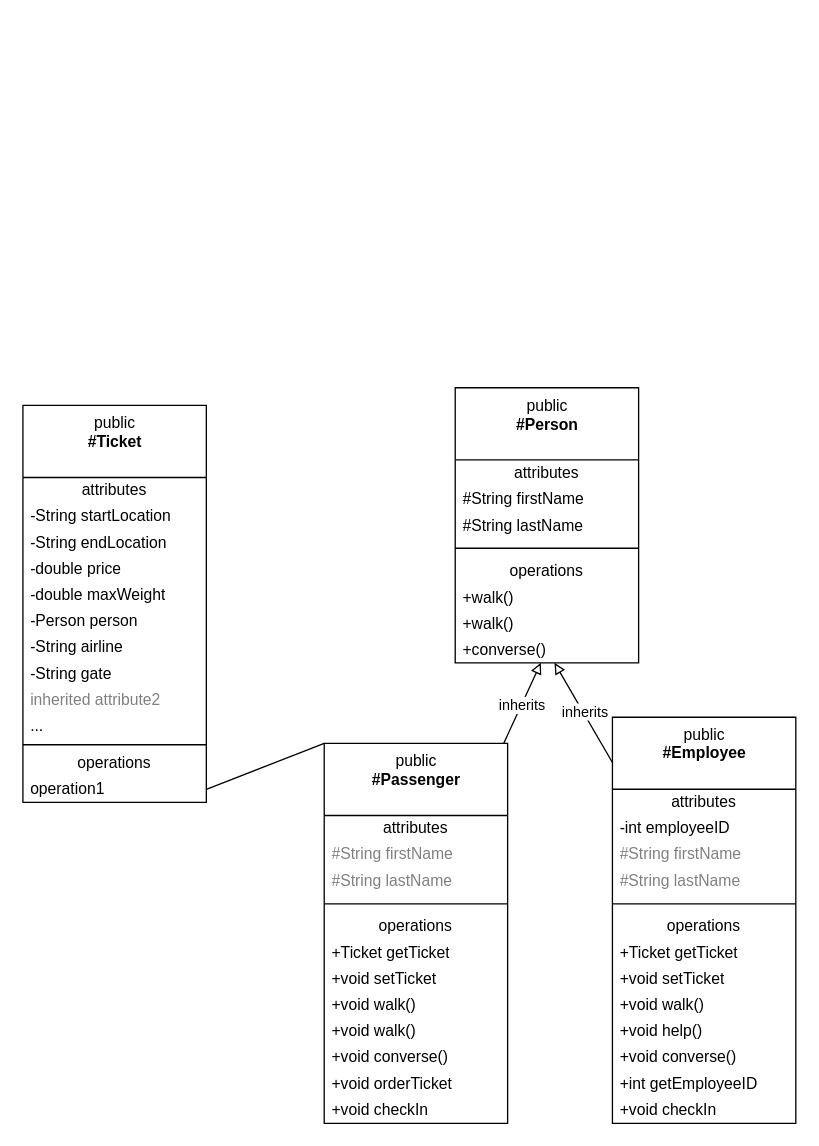
Earlier version of the draw.io diagram main/airport.drawio (vinhngo380/COMPSCI221_AirportModel). Source tidied: cells renumbered, new cells numbered last; positions are measured from the earlier drawing's top-left corner, leaving out a move shared by most shapes. Both pictures are drawn from the tidied source at 131%, with x=0, y=0 at pixel (22, 386).
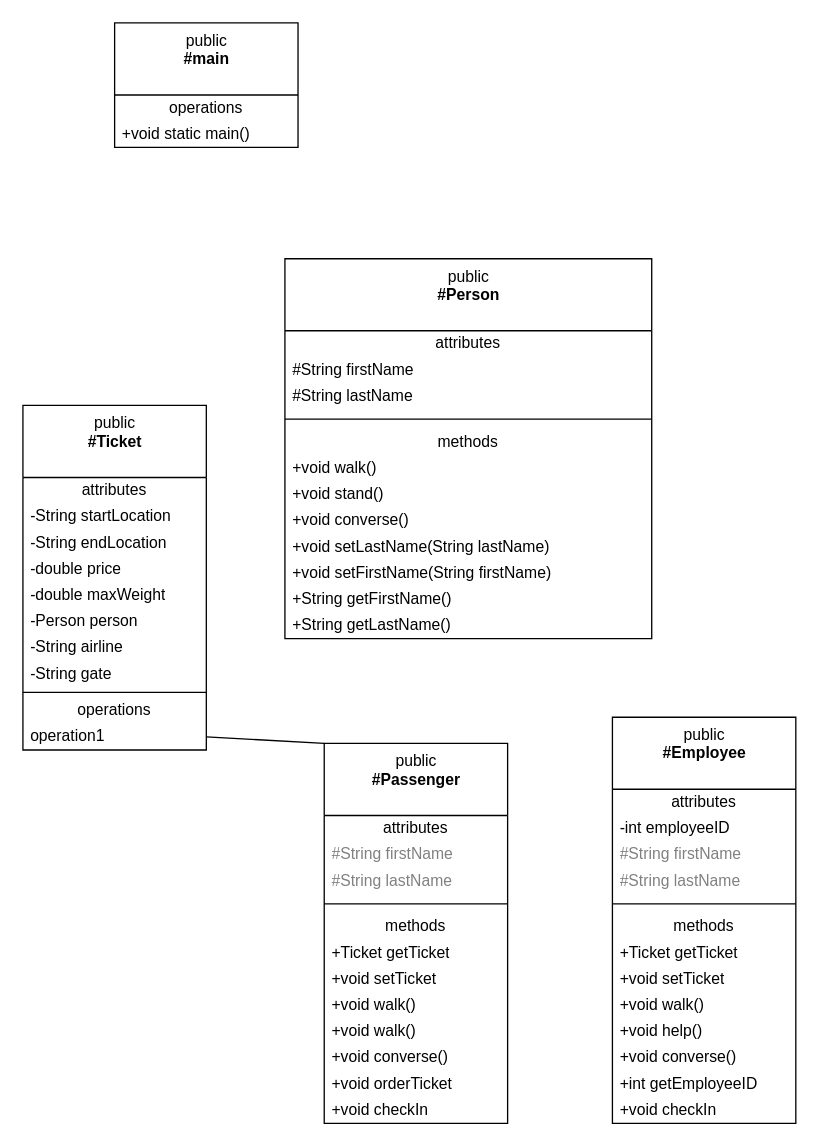
The same diagram, later.

Commit message (it also covers changes not shown here):
Modified Passenger, Ticket, airport.drawio, main.java

Unchanged cells that the change refers to:
```xml
<mxCell id="28" value="public&lt;br&gt;&lt;b&gt;#Passenger&lt;/b&gt;" style="swimlane;fontStyle=0;align=center;verticalAlign=top;horizontal=1;startSize=55;html=1;" parent="1" vertex="1">
  <mxGeometry x="230" y="272" width="140" height="290" as="geometry" />
</mxCell>
<mxCell id="43" value="public&lt;br&gt;&lt;b&gt;#Employee&lt;/b&gt;" style="swimlane;fontStyle=0;align=center;verticalAlign=top;horizontal=1;startSize=55;html=1;" parent="1" vertex="1">
  <mxGeometry x="450" y="252" width="140" height="310" as="geometry" />
</mxCell>
```

The edit, as a diff of the source:
```diff
@@
     <mxCell id="2" value="public&lt;br&gt;&lt;b&gt;#Ticket&lt;/b&gt;" style="swimlane;fontStyle=0;align=center;verticalAlign=top;horizontal=1;startSize=55;html=1;" parent="1" vertex="1">
-      <mxGeometry y="14" width="140" height="303" as="geometry" />
+      <mxGeometry y="14" width="140" height="263" as="geometry" />
     </mxCell>
@@
-    <mxCell id="11" value="inherited attribute2" style="text;html=1;strokeColor=none;fillColor=none;align=left;verticalAlign=middle;spacingLeft=4;spacingRight=4;overflow=hidden;fontColor=#808080;" parent="2" vertex="1">
-      <mxGeometry y="215" width="140" height="20" as="geometry" />
-    </mxCell>
-    <mxCell id="12" value="..." style="text;html=1;strokeColor=none;fillColor=none;align=left;verticalAlign=middle;spacingLeft=4;spacingRight=4;overflow=hidden;" parent="2" vertex="1">
-      <mxGeometry y="235" width="140" height="20" as="geometry" />
-    </mxCell>
     <mxCell id="13" style="line;strokeWidth=1;fillColor=none;align=left;verticalAlign=middle;spacingTop=-1;spacingLeft=3;spacingRight=3;labelPosition=right;" parent="2" vertex="1">
-      <mxGeometry y="255" width="140" height="8" as="geometry" />
+      <mxGeometry y="215" width="140" height="8" as="geometry" />
     </mxCell>
     <mxCell id="14" value="operations" style="text;html=1;strokeColor=none;fillColor=none;align=center;verticalAlign=middle;spacingLeft=4;spacingRight=4;overflow=hidden;" parent="2" vertex="1">
-      <mxGeometry y="263" width="140" height="20" as="geometry" />
+      <mxGeometry y="223" width="140" height="20" as="geometry" />
     </mxCell>
     <mxCell id="15" value="operation1" style="text;html=1;strokeColor=none;fillColor=none;align=left;verticalAlign=middle;spacingLeft=4;spacingRight=4;overflow=hidden;points=[[0,0.5],[1,0.5]];portConstraint=eastwest;" parent="2" vertex="1">
-      <mxGeometry y="283" width="140" height="20" as="geometry" />
+      <mxGeometry y="243" width="140" height="20" as="geometry" />
     </mxCell>
     <mxCell id="16" value="public&lt;br&gt;&lt;b&gt;#Person&lt;/b&gt;" style="swimlane;fontStyle=0;align=center;verticalAlign=top;horizontal=1;startSize=55;html=1;" parent="1" vertex="1">
-      <mxGeometry x="330" y="0.5" width="140" height="210" as="geometry" />
+      <mxGeometry x="200" y="-98" width="280" height="290" as="geometry" />
     </mxCell>
     <mxCell id="17" value="attributes" style="text;html=1;strokeColor=none;fillColor=none;align=center;verticalAlign=middle;spacingLeft=4;spacingRight=4;overflow=hidden;" parent="16" vertex="1">
-      <mxGeometry y="55" width="140" height="20" as="geometry" />
+      <mxGeometry y="55" width="280" height="20" as="geometry" />
     </mxCell>
     <mxCell id="18" value="#String firstName" style="text;html=1;strokeColor=none;fillColor=none;align=left;verticalAlign=middle;spacingLeft=4;spacingRight=4;overflow=hidden;" parent="16" vertex="1">
-      <mxGeometry y="75" width="140" height="20" as="geometry" />
+      <mxGeometry y="75" width="280" height="20" as="geometry" />
     </mxCell>
     <mxCell id="19" value="#String lastName" style="text;html=1;strokeColor=none;fillColor=none;align=left;verticalAlign=middle;spacingLeft=4;spacingRight=4;overflow=hidden;" parent="16" vertex="1">
-      <mxGeometry y="95" width="140" height="20" as="geometry" />
+      <mxGeometry y="95" width="280" height="20" as="geometry" />
     </mxCell>
     <mxCell id="20" style="line;strokeWidth=1;fillColor=none;align=left;verticalAlign=middle;spacingTop=-1;spacingLeft=3;spacingRight=3;labelPosition=right;" parent="16" vertex="1">
-      <mxGeometry y="115" width="140" height="15" as="geometry" />
+      <mxGeometry y="115" width="280" height="15" as="geometry" />
     </mxCell>
-    <mxCell id="21" value="operations" style="text;html=1;strokeColor=none;fillColor=none;align=center;verticalAlign=middle;spacingLeft=4;spacingRight=4;overflow=hidden;" parent="16" vertex="1">
-      <mxGeometry y="130" width="140" height="20" as="geometry" />
+    <mxCell id="21" value="methods" style="text;html=1;strokeColor=none;fillColor=none;align=center;verticalAlign=middle;spacingLeft=4;spacingRight=4;overflow=hidden;" parent="16" vertex="1">
+      <mxGeometry y="130" width="280" height="20" as="geometry" />
     </mxCell>
-    <mxCell id="22" value="+walk()" style="text;html=1;strokeColor=none;fillColor=none;align=left;verticalAlign=middle;spacingLeft=4;spacingRight=4;overflow=hidden;" parent="16" vertex="1">
-      <mxGeometry y="150" width="140" height="20" as="geometry" />
+    <mxCell id="22" value="+void walk()" style="text;html=1;strokeColor=none;fillColor=none;align=left;verticalAlign=middle;spacingLeft=4;spacingRight=4;overflow=hidden;" parent="16" vertex="1">
+      <mxGeometry y="150" width="280" height="20" as="geometry" />
     </mxCell>
-    <mxCell id="23" value="+walk()" style="text;html=1;strokeColor=none;fillColor=none;align=left;verticalAlign=middle;spacingLeft=4;spacingRight=4;overflow=hidden;" parent="16" vertex="1">
-      <mxGeometry y="170" width="140" height="20" as="geometry" />
+    <mxCell id="23" value="+void stand()" style="text;html=1;strokeColor=none;fillColor=none;align=left;verticalAlign=middle;spacingLeft=4;spacingRight=4;overflow=hidden;" parent="16" vertex="1">
+      <mxGeometry y="170" width="280" height="20" as="geometry" />
     </mxCell>
-    <mxCell id="24" value="+converse()" style="text;html=1;strokeColor=none;fillColor=none;align=left;verticalAlign=middle;spacingLeft=4;spacingRight=4;overflow=hidden;points=[[0,0.5],[1,0.5]];portConstraint=eastwest;" parent="16" vertex="1">
-      <mxGeometry y="190" width="140" height="20" as="geometry" />
+    <mxCell id="24" value="+void converse()" style="text;html=1;strokeColor=none;fillColor=none;align=left;verticalAlign=middle;spacingLeft=4;spacingRight=4;overflow=hidden;points=[[0,0.5],[1,0.5]];portConstraint=eastwest;" parent="16" vertex="1">
+      <mxGeometry y="190" width="280" height="20" as="geometry" />
     </mxCell>
-    <mxCell id="25" style="edgeStyle=none;html=1;endArrow=block;endFill=0;" parent="1" edge="1" source="28" target="24">
-      <mxGeometry relative="1" as="geometry" />
-    </mxCell>
-    <mxCell id="26" value="inherits" style="edgeLabel;html=1;align=center;verticalAlign=middle;" parent="25" vertex="1">
-      <mxGeometry x="-0.02" relative="1" as="geometry" />
-    </mxCell>
+    <mxCell id="57" value="+void setLastName(String lastName)" style="text;html=1;strokeColor=none;fillColor=none;align=left;verticalAlign=middle;spacingLeft=4;spacingRight=4;overflow=hidden;" parent="16" vertex="1">
+      <mxGeometry y="210" width="280" height="20" as="geometry" />
+    </mxCell>
+    <mxCell id="58" value="+void setFirstName(String firstName)" style="text;html=1;strokeColor=none;fillColor=none;align=left;verticalAlign=middle;spacingLeft=4;spacingRight=4;overflow=hidden;" parent="16" vertex="1">
+      <mxGeometry y="230" width="280" height="20" as="geometry" />
+    </mxCell>
+    <mxCell id="59" value="+String getFirstName()" style="text;html=1;strokeColor=none;fillColor=none;align=left;verticalAlign=middle;spacingLeft=4;spacingRight=4;overflow=hidden;" parent="16" vertex="1">
+      <mxGeometry y="250" width="280" height="20" as="geometry" />
+    </mxCell>
+    <mxCell id="60" value="+String getLastName()" style="text;html=1;strokeColor=none;fillColor=none;align=left;verticalAlign=middle;spacingLeft=4;spacingRight=4;overflow=hidden;" parent="16" vertex="1">
+      <mxGeometry y="270" width="280" height="20" as="geometry" />
+    </mxCell>
@@
-    <mxCell id="33" value="operations" style="text;html=1;strokeColor=none;fillColor=none;align=center;verticalAlign=middle;spacingLeft=4;spacingRight=4;overflow=hidden;" parent="28" vertex="1">
+    <mxCell id="33" value="methods" style="text;html=1;strokeColor=none;fillColor=none;align=center;verticalAlign=middle;spacingLeft=4;spacingRight=4;overflow=hidden;" parent="28" vertex="1">
       <mxGeometry y="130" width="140" height="20" as="geometry" />
     </mxCell>
@@
-    <mxCell id="41" style="edgeStyle=none;html=1;endArrow=block;endFill=0;" parent="1" edge="1" source="43" target="24">
-      <mxGeometry relative="1" as="geometry" />
-    </mxCell>
-    <mxCell id="42" value="inherits" style="edgeLabel;html=1;align=center;verticalAlign=middle;" parent="41" vertex="1">
-      <mxGeometry x="0.01" y="-1" relative="1" as="geometry" />
-    </mxCell>
@@
-    <mxCell id="49" value="operations" style="text;html=1;strokeColor=none;fillColor=none;align=center;verticalAlign=middle;spacingLeft=4;spacingRight=4;overflow=hidden;" parent="43" vertex="1">
+    <mxCell id="49" value="methods" style="text;html=1;strokeColor=none;fillColor=none;align=center;verticalAlign=middle;spacingLeft=4;spacingRight=4;overflow=hidden;" parent="43" vertex="1">
       <mxGeometry y="150" width="140" height="20" as="geometry" />
     </mxCell>
@@
+    <mxCell id="61" value="public&lt;br&gt;&lt;b&gt;#main&lt;/b&gt;" style="swimlane;fontStyle=0;align=center;verticalAlign=top;horizontal=1;startSize=55;html=1;" parent="1" vertex="1">
+      <mxGeometry x="70" y="-278" width="140" height="95" as="geometry" />
+    </mxCell>
+    <mxCell id="62" value="operations" style="text;html=1;strokeColor=none;fillColor=none;align=center;verticalAlign=middle;spacingLeft=4;spacingRight=4;overflow=hidden;" parent="61" vertex="1">
+      <mxGeometry y="55" width="140" height="20" as="geometry" />
+    </mxCell>
+    <mxCell id="63" value="+void static main()" style="text;html=1;strokeColor=none;fillColor=none;align=left;verticalAlign=middle;spacingLeft=4;spacingRight=4;overflow=hidden;" parent="61" vertex="1">
+      <mxGeometry y="75" width="140" height="20" as="geometry" />
+    </mxCell>
```
